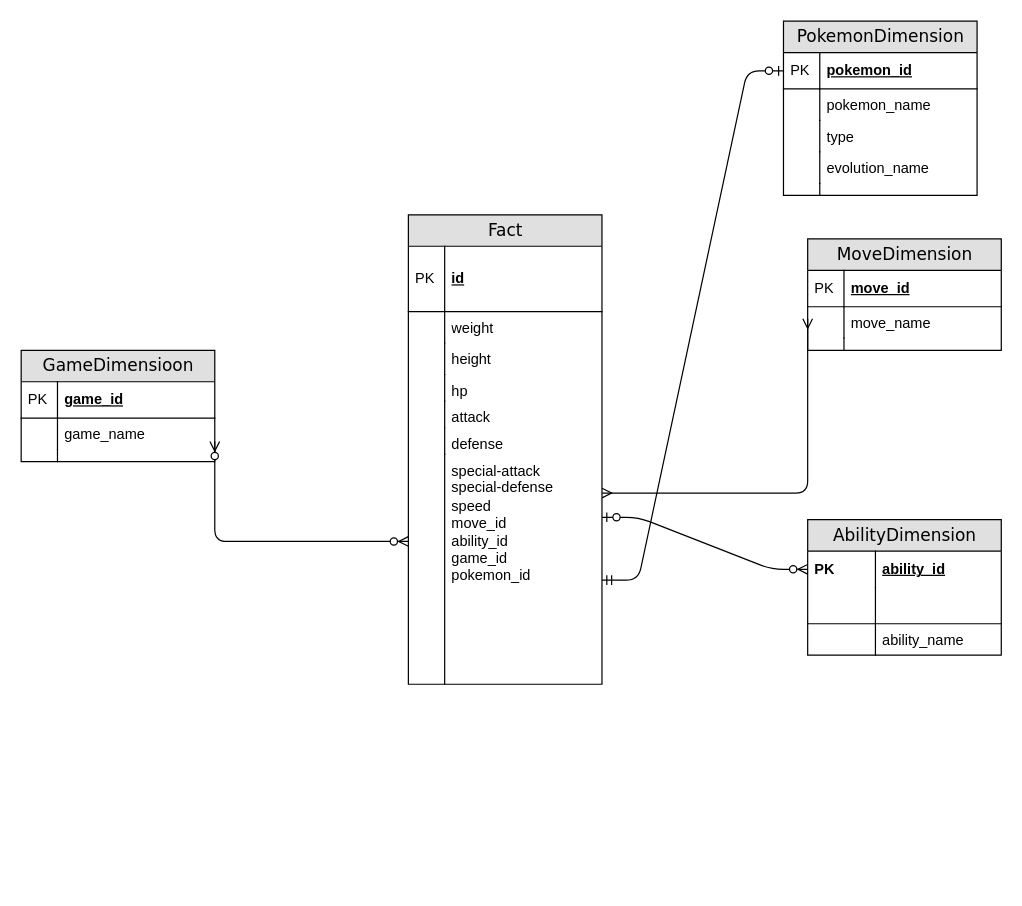
Above: Untitled Diagram.drawio in imranmahmood-mba/pokemon_spark_project (draw.io), before the change. Source tidied: cells renumbered, new cells numbered last; positions are measured from the earlier drawing's top-left corner, leaving out a move shared by most shapes. Both pictures are drawn from the tidied source at 121%, with x=0, y=0 at pixel (21, 21).
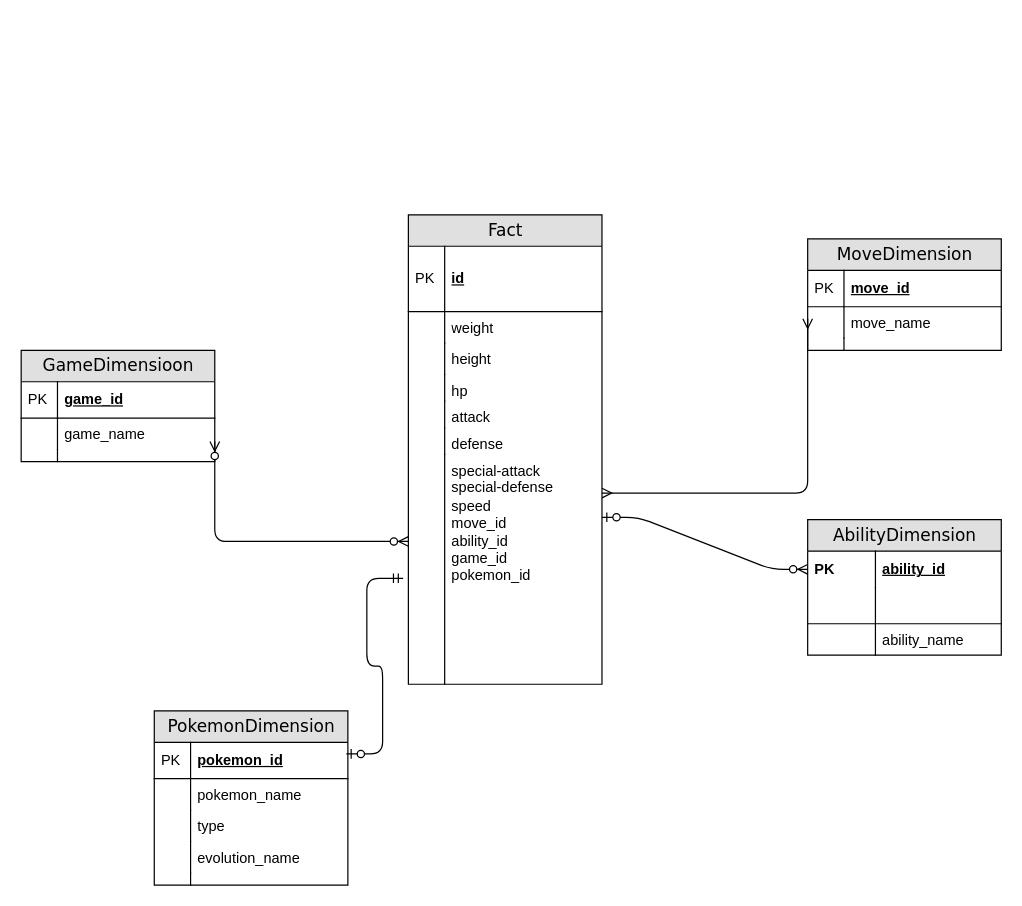
After the change.

The change refers to these unchanged cells:
```xml
<mxCell id="17" value="pokemon_id" style="shape=partialRectangle;top=0;left=0;right=0;bottom=1;html=1;align=left;verticalAlign=middle;fillColor=none;spacingLeft=34;spacingRight=4;whiteSpace=wrap;overflow=hidden;points=[[0,0.5],[1,0.5]];portConstraint=eastwest;fontStyle=5;" parent="16" vertex="1">
  <mxGeometry y="26" width="160" height="30" as="geometry" />
</mxCell>
<mxCell id="51" value="special-attack&lt;br&gt;special-defense&lt;br&gt;speed&lt;br&gt;move_id&lt;br&gt;ability_id&lt;br&gt;game_id&lt;br&gt;pokemon_id" style="shape=partialRectangle;top=0;left=0;right=0;bottom=0;html=1;align=left;verticalAlign=top;fillColor=none;spacingLeft=34;spacingRight=4;whiteSpace=wrap;overflow=hidden;points=[[0,0.5],[1,0.5]];portConstraint=eastwest;" parent="38" vertex="1">
  <mxGeometry y="198" width="160" height="190" as="geometry" />
</mxCell>
```

Change to the diagram source:
```diff
@@
     <mxCell id="16" value="PokemonDimension" style="swimlane;html=1;fontStyle=0;horizontal=1;startSize=26;fillColor=#e0e0e0;swimlaneFillColor=#ffffff;align=center;rounded=0;shadow=0;comic=0;labelBackgroundColor=none;strokeWidth=1;fontFamily=Verdana;fontSize=14;" parent="1" vertex="1">
-      <mxGeometry x="630" width="160" height="144" as="geometry" />
+      <mxGeometry x="110" y="570" width="160" height="144" as="geometry" />
     </mxCell>
@@
-    <mxCell id="36" style="edgeStyle=entityRelationEdgeStyle;html=1;endArrow=ERzeroToOne;startArrow=ERmandOne;labelBackgroundColor=none;fontFamily=Verdana;fontSize=14;exitX=1;exitY=0.5;exitDx=0;exitDy=0;" parent="1" edge="1" target="17">
-      <mxGeometry relative="1" as="geometry">
-        <mxPoint x="480" y="462" as="sourcePoint" />
-      </mxGeometry>
+    <mxCell id="36" style="edgeStyle=entityRelationEdgeStyle;html=1;endArrow=ERzeroToOne;startArrow=ERmandOne;labelBackgroundColor=none;fontFamily=Verdana;fontSize=14;exitX=-0.027;exitY=0.539;exitDx=0;exitDy=0;exitPerimeter=0;entryX=0.992;entryY=0.319;entryDx=0;entryDy=0;entryPerimeter=0;" parent="1" edge="1" source="51" target="17">
+      <mxGeometry relative="1" as="geometry" />
     </mxCell>
```
